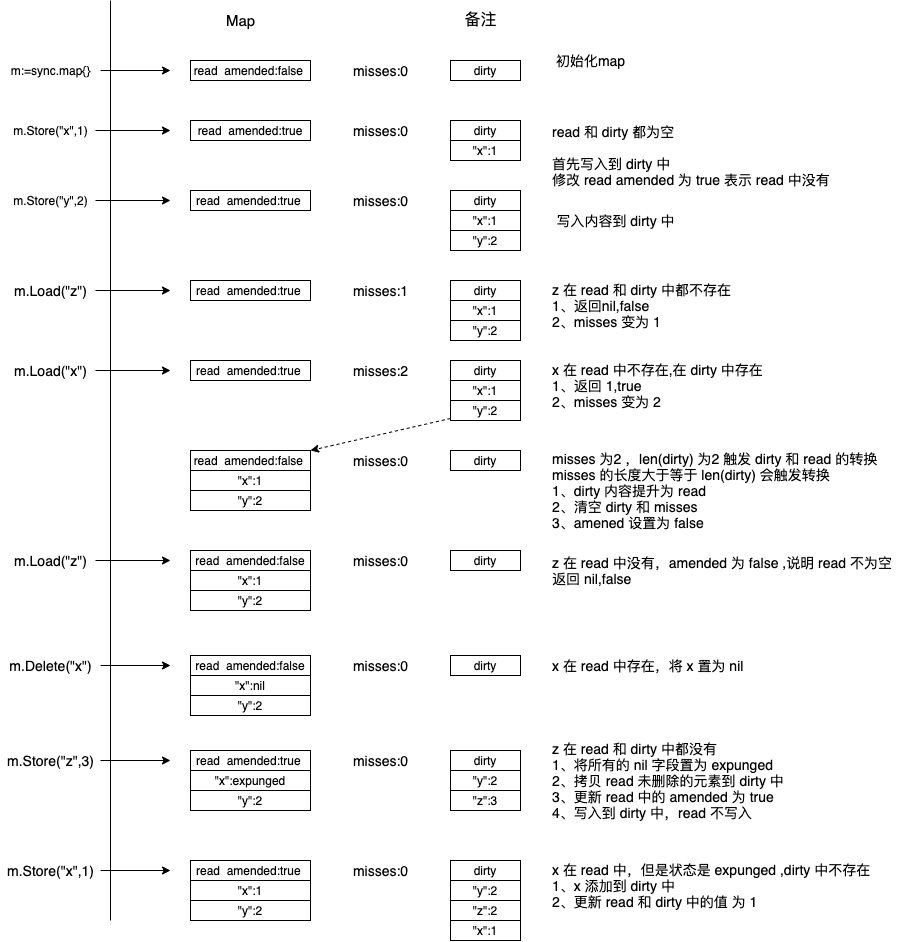
The draw.io diagram img/golang/go-sync-map-diagram.png in boilingfrog/Go-POINT, before a commit. Source tidied: cells renumbered, new cells last; positions are measured from the earlier drawing's top-left corner, leaving out a move shared by most shapes.
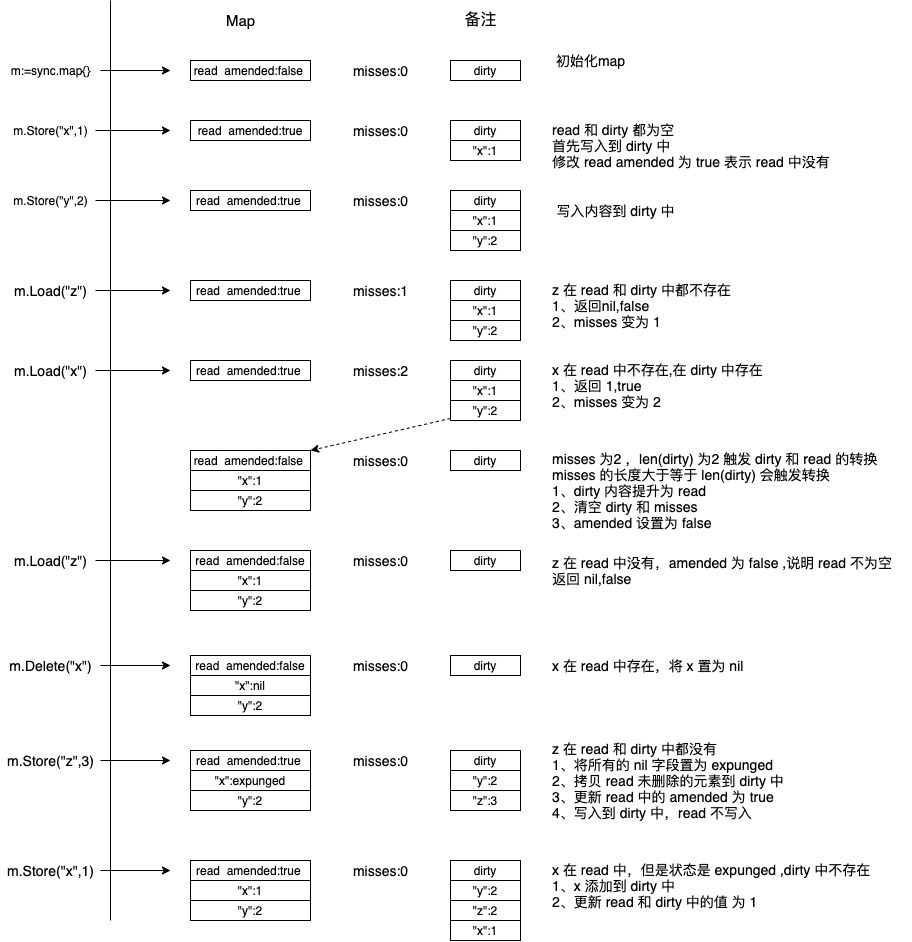
After the change.

Commit message:
feat:go 中的 sync.Map 源码学习

Diff of the diagram source:
```diff
@@ -68,8 +68,8 @@
     <mxCell id="20" value="&lt;font style=&quot;font-size: 14px&quot;&gt;初始化map&lt;/font&gt;" style="text;html=1;align=center;verticalAlign=middle;strokeColor=none;fillColor=none;fontSize=12;" parent="1" vertex="1">
       <mxGeometry x="550" y="50" width="80" height="20" as="geometry" />
     </mxCell>
-    <mxCell id="21" value="&lt;font style=&quot;font-size: 14px&quot;&gt;read 和 dirty 都为空&lt;br&gt;&lt;br&gt;首先写入到 dirty 中&lt;br&gt;修改 read amended 为 true 表示 read 中没有&lt;/font&gt;" style="text;html=1;align=left;verticalAlign=middle;strokeColor=none;fillColor=none;fontSize=12;" parent="1" vertex="1">
-      <mxGeometry x="550" y="120" width="290" height="70" as="geometry" />
+    <mxCell id="21" value="&lt;font style=&quot;font-size: 14px&quot;&gt;read 和 dirty 都为空&lt;br&gt;首先写入到 dirty 中&lt;br&gt;修改 read amended 为 true 表示 read 中没有&lt;/font&gt;" style="text;html=1;align=left;verticalAlign=middle;strokeColor=none;fillColor=none;fontSize=12;" parent="1" vertex="1">
+      <mxGeometry x="550" y="120" width="290" height="50" as="geometry" />
     </mxCell>
     <mxCell id="22" value="dirty" style="rounded=0;whiteSpace=wrap;html=1;" parent="1" vertex="1">
       <mxGeometry x="450" y="190" width="70" height="20" as="geometry" />
@@ -81,7 +81,7 @@
       <mxGeometry x="450" y="230" width="70" height="20" as="geometry" />
     </mxCell>
     <mxCell id="25" value="&lt;font style=&quot;font-size: 14px&quot;&gt;写入内容到 dirty 中&lt;/font&gt;" style="text;html=1;align=center;verticalAlign=middle;strokeColor=none;fillColor=none;fontSize=12;" parent="1" vertex="1">
-      <mxGeometry x="550" y="210" width="130" height="20" as="geometry" />
+      <mxGeometry x="550" y="200" width="130" height="20" as="geometry" />
     </mxCell>
     <mxCell id="26" style="edgeStyle=none;html=1;" parent="1" edge="1" source="27">
       <mxGeometry relative="1" as="geometry">
@@ -147,7 +147,7 @@
     <mxCell id="45" value="dirty" style="rounded=0;whiteSpace=wrap;html=1;" parent="1" vertex="1">
       <mxGeometry x="450" y="450" width="70" height="20" as="geometry" />
     </mxCell>
-    <mxCell id="46" value="&lt;font style=&quot;font-size: 14px&quot;&gt;misses 为2 ，len(dirty) 为2 触发 dirty 和 read 的转换&lt;br&gt;misses 的长度大于等于 len(dirty) 会触发转换&lt;br&gt;1、dirty 内容提升为 read&lt;br&gt;2、清空 dirty 和 misses&amp;nbsp;&lt;br&gt;3、amened 设置为 false&lt;/font&gt;" style="text;html=1;align=left;verticalAlign=middle;strokeColor=none;fillColor=none;fontSize=12;" parent="1" vertex="1">
+    <mxCell id="46" value="&lt;font style=&quot;font-size: 14px&quot;&gt;misses 为2 ，len(dirty) 为2 触发 dirty 和 read 的转换&lt;br&gt;misses 的长度大于等于 len(dirty) 会触发转换&lt;br&gt;1、dirty 内容提升为 read&lt;br&gt;2、清空 dirty 和 misses&amp;nbsp;&lt;br&gt;3、amended 设置为 false&lt;/font&gt;" style="text;html=1;align=left;verticalAlign=middle;strokeColor=none;fillColor=none;fontSize=12;" parent="1" vertex="1">
       <mxGeometry x="550" y="450" width="340" height="80" as="geometry" />
     </mxCell>
     <mxCell id="47" value="&quot;x&quot;:1" style="rounded=0;whiteSpace=wrap;html=1;" parent="1" vertex="1">
```
